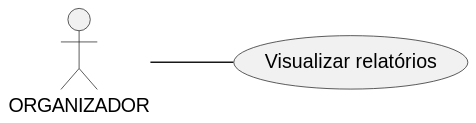
Above: specs/casos_de_uso/svg/uml_uc21.svg in Phenrique-sousa/APS-documents (PlantUML), before the change.
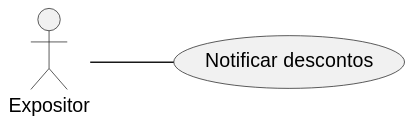
Later version of the same file.

The edit, as a diff of the source:
```diff
@@ -1,9 +1,9 @@
 @startuml
 left to right direction
 
-actor "ORGANIZADOR" as Usuario
+actor "Expositor" as Usuario
 
-usecase "Visualizar relatórios" as UC2
+usecase "Notificar descontos" as UC2
 
 Usuario -- UC2
 
```
